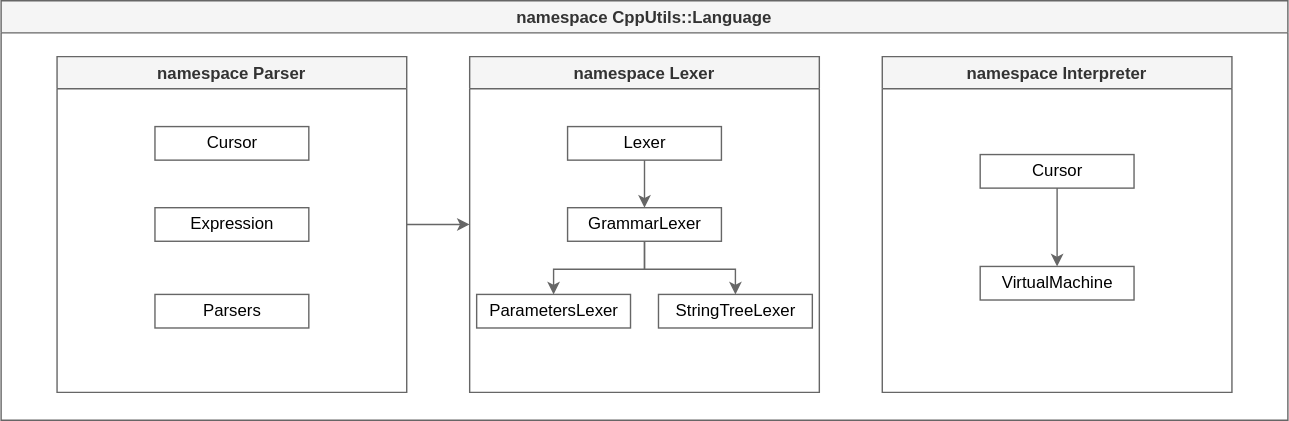
MorganCaron/CppUtils keeps this draw.io diagram as Language/resources/Language.drawio.svg. Above is the earlier version. Source tidied: cells renumbered, new cells last; positions are measured from the earlier drawing's top-left corner, leaving out a move shared by most shapes.
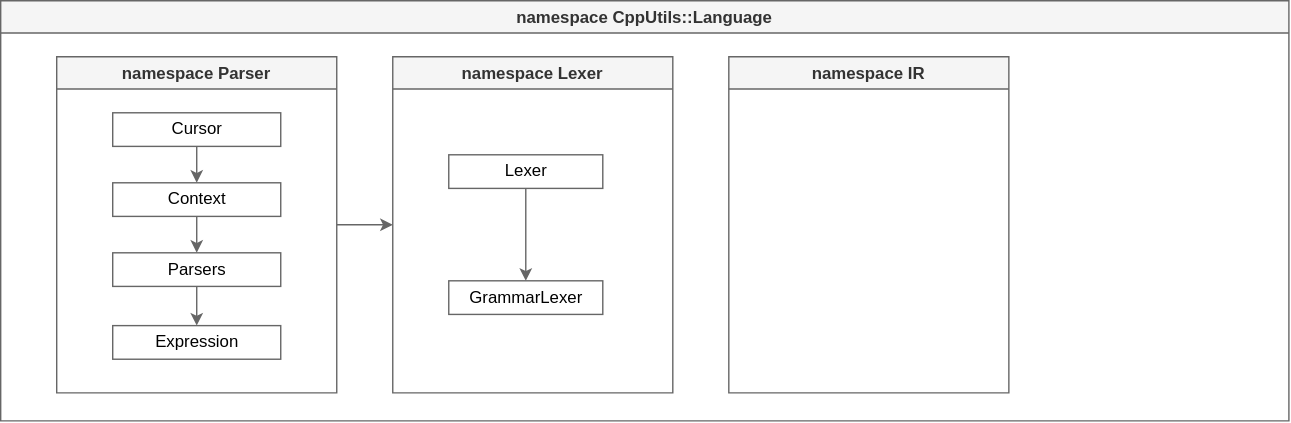
The same diagram one commit later.

The edit, as a diff of the source:
```diff
@@ -9,52 +9,43 @@
       <mxGeometry relative="1" as="geometry" />
     </mxCell>
     <mxCell id="4" value="namespace Parser" style="swimlane;swimlaneFillColor=#ffffff;labelBackgroundColor=none;fillColor=#f5f5f5;strokeColor=#666666;fontColor=#333333;" parent="2" vertex="1">
-      <mxGeometry x="40" y="40" width="250" height="240" as="geometry" />
+      <mxGeometry x="40" y="40" width="200" height="240" as="geometry" />
     </mxCell>
-    <mxCell id="5" value="Expression" style="html=1;fontSize=12;align=center;fillColor=none;strokeColor=#666666;fontColor=#000000;" parent="4" vertex="1">
-      <mxGeometry x="70" y="108" width="110" height="24" as="geometry" />
+    <mxCell id="5" value="Parsers" style="html=1;fontSize=12;align=center;fillColor=none;strokeColor=#666666;fontColor=#000000;" parent="4" vertex="1">
+      <mxGeometry x="40" y="140" width="120" height="24" as="geometry" />
     </mxCell>
     <mxCell id="6" value="Cursor" style="html=1;fontSize=12;align=center;fillColor=none;strokeColor=#666666;fontColor=#000000;" parent="4" vertex="1">
-      <mxGeometry x="70" y="50" width="110" height="24" as="geometry" />
+      <mxGeometry x="40" y="40" width="120" height="24" as="geometry" />
     </mxCell>
-    <mxCell id="7" value="Parsers" style="html=1;fontSize=12;align=center;fillColor=none;strokeColor=#666666;fontColor=#000000;" parent="4" vertex="1">
-      <mxGeometry x="70" y="170" width="110" height="24" as="geometry" />
+    <mxCell id="7" value="Expression" style="html=1;fontSize=12;align=center;fillColor=none;strokeColor=#666666;fontColor=#000000;" parent="4" vertex="1">
+      <mxGeometry x="40" y="192" width="120" height="24" as="geometry" />
     </mxCell>
+    <mxCell id="20" value="Context" style="html=1;fontSize=12;align=center;fillColor=none;strokeColor=#666666;fontColor=#000000;" parent="4" vertex="1">
+      <mxGeometry x="40" y="90" width="120" height="24" as="geometry" />
+    </mxCell>
+    <mxCell id="21" style="edgeStyle=orthogonalEdgeStyle;rounded=0;jettySize=auto;html=1;entryX=0.5;entryY=0;entryDx=0;entryDy=0;strokeColor=#666666;fontSize=12;fontColor=#000000;exitX=0.5;exitY=1;exitDx=0;exitDy=0;" parent="4" edge="1" source="6" target="20">
+      <mxGeometry relative="1" as="geometry" />
+    </mxCell>
+    <mxCell id="22" style="edgeStyle=orthogonalEdgeStyle;rounded=0;jettySize=auto;html=1;entryX=0.5;entryY=0;entryDx=0;entryDy=0;strokeColor=#666666;fontSize=12;fontColor=#000000;exitX=0.5;exitY=1;exitDx=0;exitDy=0;" parent="4" edge="1" source="20" target="5">
+      <mxGeometry relative="1" as="geometry" />
+    </mxCell>
+    <mxCell id="23" style="edgeStyle=orthogonalEdgeStyle;rounded=0;jettySize=auto;html=1;entryX=0.5;entryY=0;entryDx=0;entryDy=0;strokeColor=#666666;fontSize=12;fontColor=#000000;exitX=0.5;exitY=1;exitDx=0;exitDy=0;" parent="4" edge="1" source="5" target="7">
+      <mxGeometry relative="1" as="geometry" />
+    </mxCell>
     <mxCell id="8" value="namespace Lexer" style="swimlane;swimlaneFillColor=#ffffff;labelBackgroundColor=none;fillColor=#f5f5f5;strokeColor=#666666;fontColor=#333333;" parent="2" vertex="1">
-      <mxGeometry x="335" y="40" width="250" height="240" as="geometry" />
+      <mxGeometry x="280" y="40" width="200" height="240" as="geometry" />
     </mxCell>
     <mxCell id="9" style="edgeStyle=orthogonalEdgeStyle;rounded=0;jettySize=auto;html=1;entryX=0.5;entryY=0;entryDx=0;entryDy=0;strokeColor=#666666;fontSize=12;fontColor=#000000;" parent="8" edge="1" source="10" target="13">
       <mxGeometry relative="1" as="geometry" />
     </mxCell>
     <mxCell id="10" value="Lexer" style="html=1;fontSize=12;align=center;fillColor=none;strokeColor=#666666;fontColor=#000000;" parent="8" vertex="1">
-      <mxGeometry x="70" y="50" width="110" height="24" as="geometry" />
+      <mxGeometry x="40" y="70" width="110" height="24" as="geometry" />
     </mxCell>
-    <mxCell id="11" style="edgeStyle=orthogonalEdgeStyle;rounded=0;jettySize=auto;html=1;entryX=0.5;entryY=0;entryDx=0;entryDy=0;strokeColor=#666666;fontSize=12;fontColor=#000000;" parent="8" edge="1" source="13" target="14">
-      <mxGeometry relative="1" as="geometry" />
-    </mxCell>
-    <mxCell id="12" style="edgeStyle=orthogonalEdgeStyle;rounded=0;jettySize=auto;html=1;entryX=0.5;entryY=0;entryDx=0;entryDy=0;strokeColor=#666666;fontSize=12;fontColor=#000000;" parent="8" edge="1" source="13" target="15">
-      <mxGeometry relative="1" as="geometry" />
-    </mxCell>
     <mxCell id="13" value="GrammarLexer" style="html=1;fontSize=12;align=center;fillColor=none;strokeColor=#666666;fontColor=#000000;" parent="8" vertex="1">
-      <mxGeometry x="70" y="108" width="110" height="24" as="geometry" />
+      <mxGeometry x="40" y="160" width="110" height="24" as="geometry" />
     </mxCell>
-    <mxCell id="14" value="ParametersLexer" style="html=1;fontSize=12;align=center;fillColor=none;strokeColor=#666666;fontColor=#000000;" parent="8" vertex="1">
-      <mxGeometry x="5" y="170" width="110" height="24" as="geometry" />
-    </mxCell>
-    <mxCell id="15" value="StringTreeLexer" style="html=1;fontSize=12;align=center;fillColor=none;strokeColor=#666666;fontColor=#000000;" parent="8" vertex="1">
-      <mxGeometry x="135" y="170" width="110" height="24" as="geometry" />
-    </mxCell>
-    <mxCell id="16" value="namespace Interpreter" style="swimlane;swimlaneFillColor=#ffffff;labelBackgroundColor=none;fillColor=#f5f5f5;strokeColor=#666666;fontColor=#333333;" parent="2" vertex="1">
-      <mxGeometry x="630" y="40" width="250" height="240" as="geometry" />
+    <mxCell id="16" value="namespace IR" style="swimlane;swimlaneFillColor=#ffffff;labelBackgroundColor=none;fillColor=#f5f5f5;strokeColor=#666666;fontColor=#333333;" parent="2" vertex="1">
+      <mxGeometry x="520" y="40" width="200" height="240" as="geometry" />
     </mxCell>
-    <mxCell id="17" value="VirtualMachine" style="html=1;fontSize=12;align=center;fillColor=none;strokeColor=#666666;fontColor=#000000;" parent="16" vertex="1">
-      <mxGeometry x="70" y="150" width="110" height="24" as="geometry" />
-    </mxCell>
-    <mxCell id="18" style="edgeStyle=orthogonalEdgeStyle;rounded=0;jettySize=auto;html=1;entryX=0.5;entryY=0;entryDx=0;entryDy=0;strokeColor=#666666;fontSize=12;fontColor=#000000;" parent="16" edge="1" source="19" target="17">
-      <mxGeometry relative="1" as="geometry" />
-    </mxCell>
-    <mxCell id="19" value="Cursor" style="html=1;fontSize=12;align=center;fillColor=none;strokeColor=#666666;fontColor=#000000;" parent="16" vertex="1">
-      <mxGeometry x="70" y="70" width="110" height="24" as="geometry" />
-    </mxCell>
   </root>
 </mxGraphModel>
```
